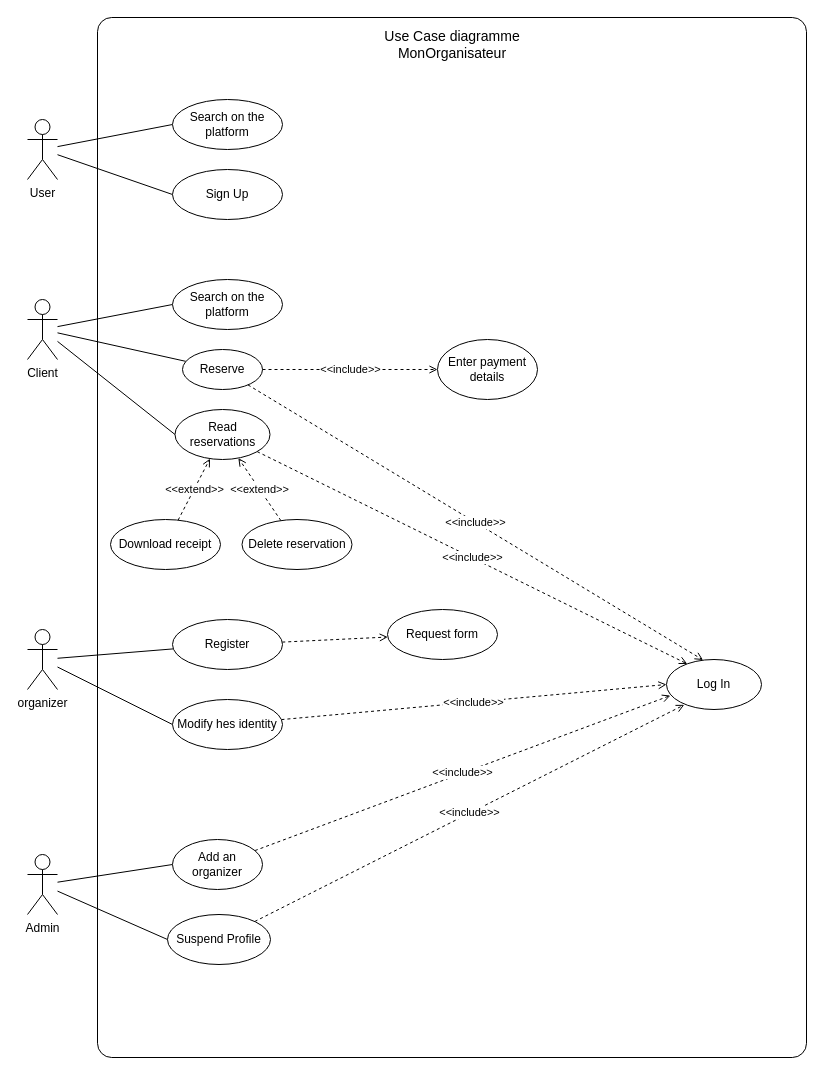
This is UML/Use_Case.drawio from daalimouhcine/Mon_Organisateur, a draw.io file, before an edit. Source tidied: cells renumbered, new cells numbered last; positions are measured from the earlier drawing's top-left corner, leaving out a move shared by most shapes. Both pictures are drawn from the tidied source at 100%, with x=0, y=0 at pixel (27, 17).
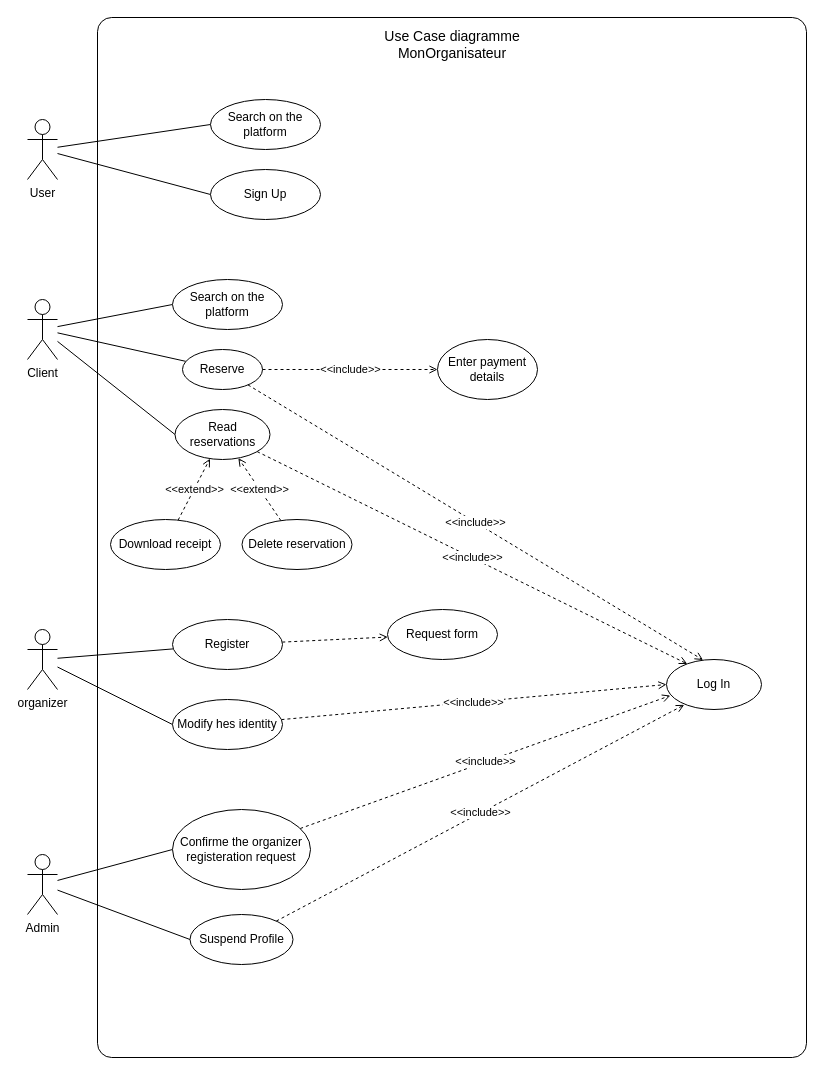
After the change.

Commit message:
modify a use case

Change to the diagram source:
```diff
@@
-    <mxCell id="22" value="Add an organizer" style="ellipse;whiteSpace=wrap;html=1;" parent="1" vertex="1">
-      <mxGeometry x="145" y="822" width="90" height="50" as="geometry" />
+    <mxCell id="22" value="Confirme the organizer registeration request" style="ellipse;whiteSpace=wrap;html=1;" parent="1" vertex="1">
+      <mxGeometry x="145" y="792" width="138" height="80" as="geometry" />
     </mxCell>
@@
     <mxCell id="24" value="Suspend Profile" style="ellipse;whiteSpace=wrap;html=1;" parent="1" vertex="1">
-      <mxGeometry x="140" y="897" width="103" height="50" as="geometry" />
+      <mxGeometry x="162.5" y="897" width="103" height="50" as="geometry" />
     </mxCell>
@@
     <mxCell id="31" value="Sign Up" style="ellipse;whiteSpace=wrap;html=1;" parent="1" vertex="1">
-      <mxGeometry x="145" y="152" width="110" height="50" as="geometry" />
+      <mxGeometry x="183" y="152" width="110" height="50" as="geometry" />
     </mxCell>
@@
     <mxCell id="38" value="Search on the platform" style="ellipse;whiteSpace=wrap;html=1;" parent="1" vertex="1">
-      <mxGeometry x="145" y="82" width="110" height="50" as="geometry" />
+      <mxGeometry x="183" y="82" width="110" height="50" as="geometry" />
     </mxCell>
```
